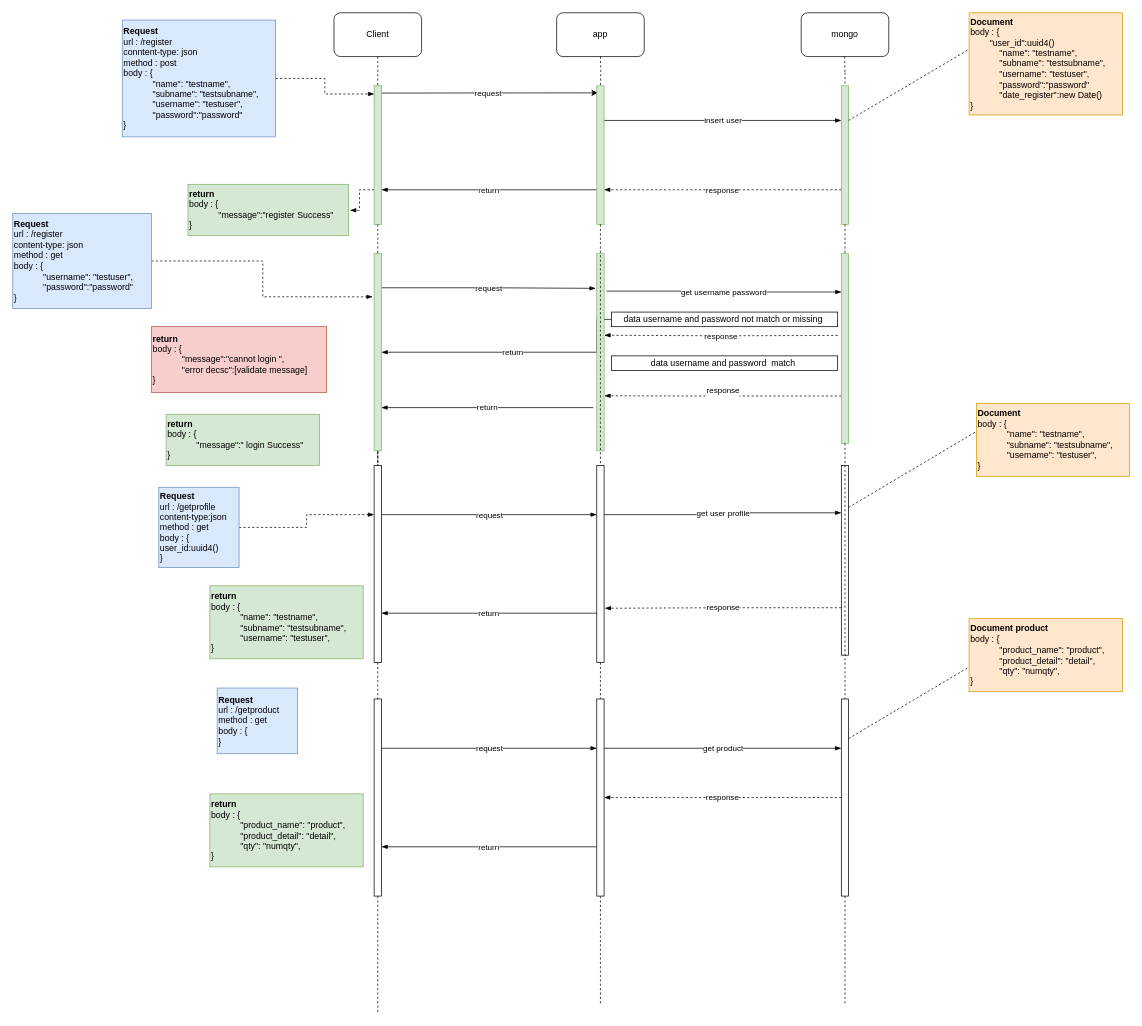
This is page "Page-2" (2 of 2) of flow/Diagram.drawio from than2557/Backend_nodejs, a draw.io file, before an edit. Source tidied: cells renumbered, new cells numbered last; positions are measured from the earlier drawing's top-left corner, leaving out a move shared by most shapes. Both pictures are drawn from the tidied source at 73%, with x=0, y=0 at pixel (12, 12).
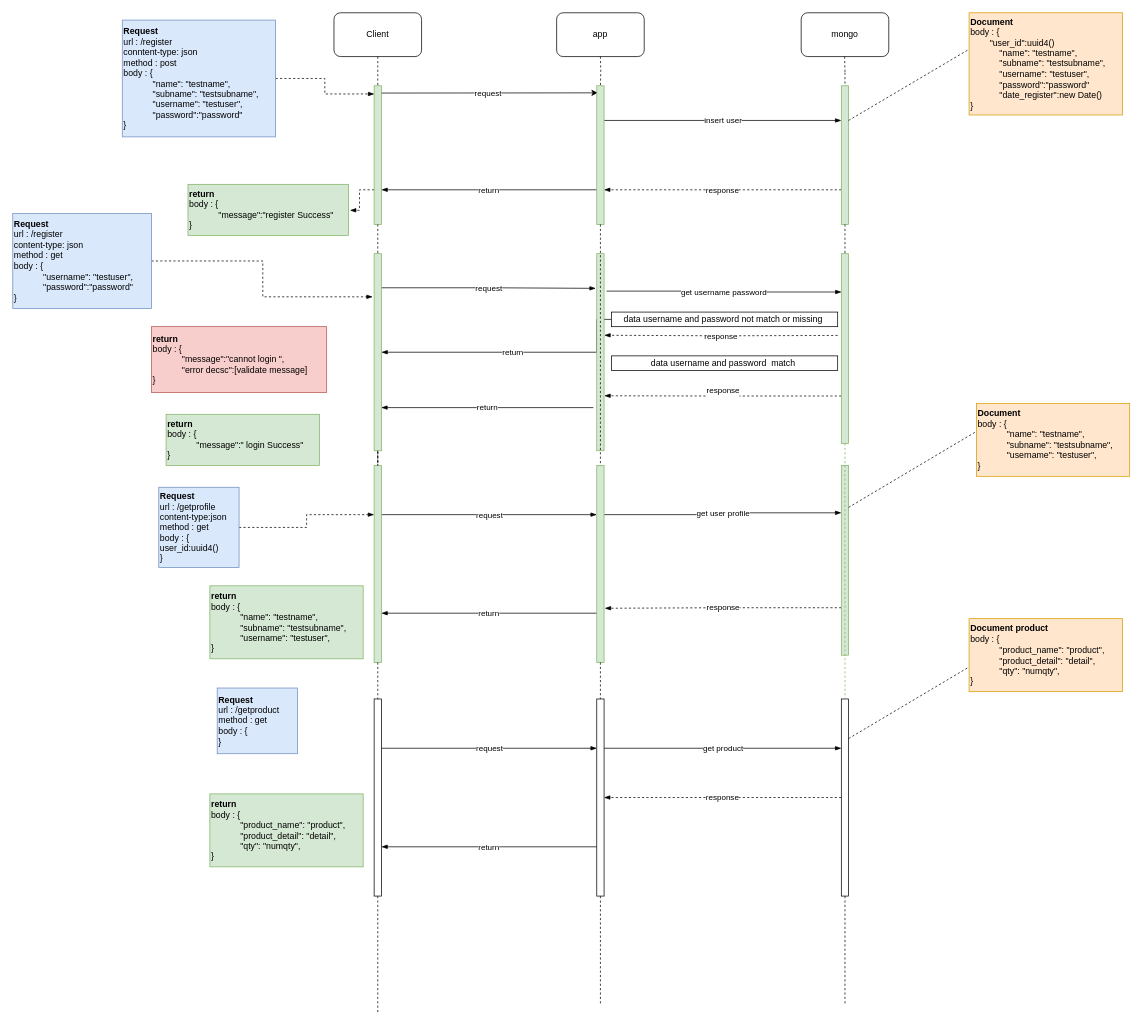
After the change.

The change refers to these unchanged cells:
```xml
<mxCell id="31" style="rounded=0;whiteSpace=wrap;html=1;fillColor=#d5e8d4;strokeColor=#82b366;" parent="1" vertex="1">
  <mxGeometry x="1135" y="330" width="10" height="260" as="geometry" />
</mxCell>
<mxCell id="61" style="rounded=0;whiteSpace=wrap;html=1;" parent="1" vertex="1">
  <mxGeometry x="1135" y="940" width="10" height="270" as="geometry" />
</mxCell>
```

Change to the diagram source:
```diff
@@
-    <mxCell id="40" style="rounded=0;whiteSpace=wrap;html=1;" parent="1" vertex="1">
+    <mxCell id="40" style="rounded=0;whiteSpace=wrap;html=1;fillColor=#d5e8d4;strokeColor=#82b366;" parent="1" vertex="1">
       <mxGeometry x="495" y="620" width="10" height="270" as="geometry" />
     </mxCell>
@@
-    <mxCell id="44" style="rounded=0;whiteSpace=wrap;html=1;" parent="1" vertex="1">
+    <mxCell id="44" style="rounded=0;whiteSpace=wrap;html=1;fillColor=#d5e8d4;strokeColor=#82b366;" parent="1" vertex="1">
       <mxGeometry x="800" y="620" width="10" height="270" as="geometry" />
     </mxCell>
@@
-    <mxCell id="47" style="rounded=0;whiteSpace=wrap;html=1;" parent="1" vertex="1">
+    <mxCell id="47" style="rounded=0;whiteSpace=wrap;html=1;fillColor=#d5e8d4;strokeColor=#82b366;" parent="1" vertex="1">
       <mxGeometry x="1135" y="620" width="10" height="260" as="geometry" />
     </mxCell>
@@
-    <mxCell id="62" style="edgeStyle=orthogonalEdgeStyle;rounded=0;jettySize=auto;html=1;exitX=0.5;exitY=1;exitDx=0;exitDy=0;startArrow=none;startFill=0;endArrow=none;endFill=0;dashed=1;" parent="1" edge="1" source="31" target="61">
+    <mxCell id="62" style="edgeStyle=orthogonalEdgeStyle;rounded=0;jettySize=auto;html=1;exitX=0.5;exitY=1;exitDx=0;exitDy=0;startArrow=none;startFill=0;endArrow=none;endFill=0;dashed=1;fillColor=#d5e8d4;strokeColor=#82b366;" parent="1" edge="1" source="31" target="61">
       <mxGeometry relative="1" as="geometry" />
     </mxCell>
```
